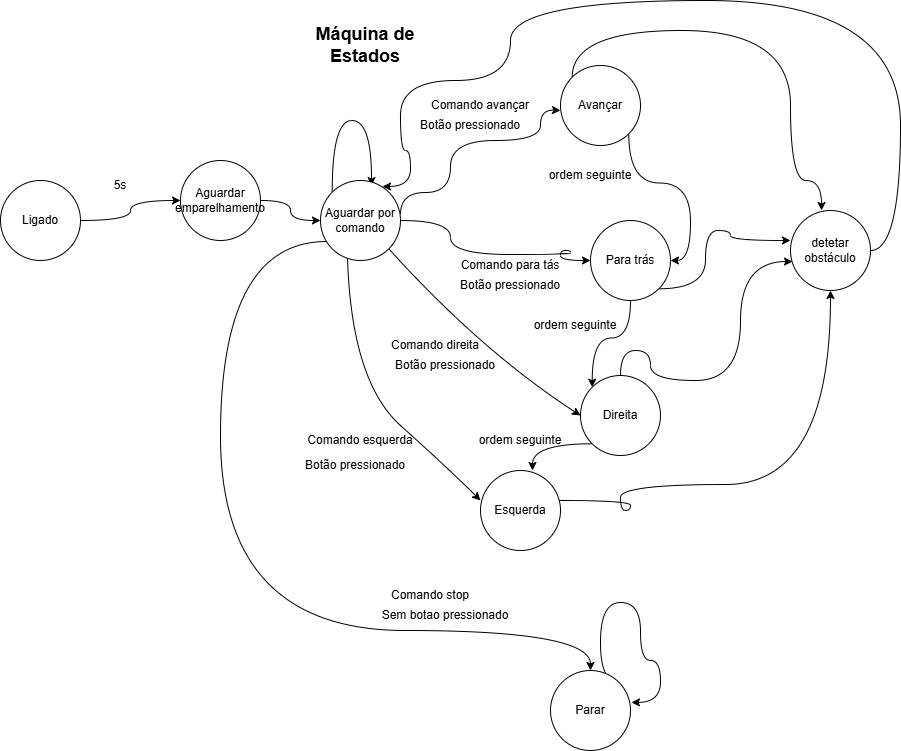
This is Maquina de Estados.png from Hug0Fer/PAP-SNACKTIME, a draw.io export, as it was before one commit. Source tidied: cells renumbered, new cells last; positions are measured from the earlier drawing's top-left corner, leaving out a move shared by most shapes. The source it was exported from:
```xml
<mxGraphModel>
  <root>
    <mxCell id="0" />
    <mxCell id="1" parent="0" />
    <mxCell id="2" style="edgeStyle=orthogonalEdgeStyle;rounded=0;jettySize=auto;html=1;curved=1;" parent="1" edge="1" source="3" target="30">
      <mxGeometry relative="1" as="geometry" />
    </mxCell>
    <mxCell id="3" value="Ligado" style="ellipse;whiteSpace=wrap;html=1;" parent="1" vertex="1">
      <mxGeometry y="180" width="80" height="80" as="geometry" />
    </mxCell>
    <mxCell id="4" style="edgeStyle=orthogonalEdgeStyle;rounded=0;orthogonalLoop=1;jettySize=auto;html=1;exitX=1;exitY=1;exitDx=0;exitDy=0;entryX=1;entryY=1;entryDx=0;entryDy=0;" parent="1" edge="1">
      <mxGeometry relative="1" as="geometry">
        <mxPoint x="452.3" y="248.3" as="sourcePoint" />
        <mxPoint x="452.3" y="248.3" as="targetPoint" />
      </mxGeometry>
    </mxCell>
    <mxCell id="5" style="edgeStyle=orthogonalEdgeStyle;rounded=0;orthogonalLoop=1;jettySize=auto;html=1;exitX=0;exitY=0;exitDx=0;exitDy=0;entryX=0.5;entryY=0;entryDx=0;entryDy=0;" parent="1" edge="1" source="8" target="8">
      <mxGeometry relative="1" as="geometry" />
    </mxCell>
    <mxCell id="6" style="edgeStyle=orthogonalEdgeStyle;rounded=0;jettySize=auto;html=1;exitX=0;exitY=0;exitDx=0;exitDy=0;curved=1;entryX=0.388;entryY=0;entryDx=0;entryDy=0;entryPerimeter=0;" parent="1" edge="1" source="8" target="43">
      <mxGeometry relative="1" as="geometry">
        <Array as="points">
          <mxPoint x="572" y="30" />
          <mxPoint x="790" y="30" />
          <mxPoint x="790" y="180" />
          <mxPoint x="821" y="180" />
        </Array>
      </mxGeometry>
    </mxCell>
    <mxCell id="7" style="edgeStyle=orthogonalEdgeStyle;rounded=0;jettySize=auto;html=1;exitX=1;exitY=1;exitDx=0;exitDy=0;entryX=1;entryY=0.5;entryDx=0;entryDy=0;curved=1;" parent="1" edge="1" source="8" target="11">
      <mxGeometry relative="1" as="geometry" />
    </mxCell>
    <mxCell id="8" value="Avançar" style="ellipse;whiteSpace=wrap;html=1;" parent="1" vertex="1">
      <mxGeometry x="560" y="65" width="80" height="80" as="geometry" />
    </mxCell>
    <mxCell id="9" style="edgeStyle=orthogonalEdgeStyle;rounded=0;jettySize=auto;html=1;entryX=0;entryY=0;entryDx=0;entryDy=0;curved=1;" parent="1" edge="1" source="11" target="13">
      <mxGeometry relative="1" as="geometry" />
    </mxCell>
    <mxCell id="10" style="edgeStyle=orthogonalEdgeStyle;rounded=0;jettySize=auto;html=1;exitX=1;exitY=1;exitDx=0;exitDy=0;entryX=0;entryY=0.375;entryDx=0;entryDy=0;entryPerimeter=0;curved=1;" parent="1" edge="1" source="11" target="43">
      <mxGeometry relative="1" as="geometry">
        <Array as="points">
          <mxPoint x="705" y="288" />
          <mxPoint x="705" y="230" />
          <mxPoint x="730" y="230" />
          <mxPoint x="730" y="240" />
        </Array>
      </mxGeometry>
    </mxCell>
    <mxCell id="11" value="Para trás" style="ellipse;whiteSpace=wrap;html=1;" parent="1" vertex="1">
      <mxGeometry x="590" y="220" width="80" height="80" as="geometry" />
    </mxCell>
    <mxCell id="12" style="edgeStyle=orthogonalEdgeStyle;rounded=0;jettySize=auto;html=1;exitX=0.5;exitY=0;exitDx=0;exitDy=0;curved=1;entryX=0.025;entryY=0.638;entryDx=0;entryDy=0;entryPerimeter=0;" parent="1" edge="1" source="13" target="43">
      <mxGeometry relative="1" as="geometry">
        <Array as="points">
          <mxPoint x="620" y="350" />
          <mxPoint x="650" y="350" />
          <mxPoint x="650" y="380" />
          <mxPoint x="740" y="380" />
          <mxPoint x="740" y="261" />
        </Array>
      </mxGeometry>
    </mxCell>
    <mxCell id="13" value="Direita" style="ellipse;whiteSpace=wrap;html=1;" parent="1" vertex="1">
      <mxGeometry x="580" y="375" width="80" height="80" as="geometry" />
    </mxCell>
    <mxCell id="14" value="Esquerda" style="ellipse;whiteSpace=wrap;html=1;" parent="1" vertex="1">
      <mxGeometry x="480" y="470" width="80" height="80" as="geometry" />
    </mxCell>
    <mxCell id="15" style="edgeStyle=orthogonalEdgeStyle;rounded=0;orthogonalLoop=1;jettySize=auto;html=1;exitX=1;exitY=0;exitDx=0;exitDy=0;curved=1;entryX=1.012;entryY=0.399;entryDx=0;entryDy=0;entryPerimeter=0;" parent="1" edge="1" source="16" target="16">
      <mxGeometry relative="1" as="geometry">
        <Array as="points">
          <mxPoint x="600" y="682" />
          <mxPoint x="600" y="602" />
          <mxPoint x="640" y="602" />
          <mxPoint x="640" y="660" />
          <mxPoint x="660" y="660" />
          <mxPoint x="660" y="702" />
        </Array>
      </mxGeometry>
    </mxCell>
    <mxCell id="16" value="Parar" style="ellipse;whiteSpace=wrap;html=1;" parent="1" vertex="1">
      <mxGeometry x="550" y="670" width="80" height="80" as="geometry" />
    </mxCell>
    <mxCell id="17" style="edgeStyle=orthogonalEdgeStyle;rounded=0;jettySize=auto;html=1;curved=1;exitX=1;exitY=0.5;exitDx=0;exitDy=0;entryX=0;entryY=0.5;entryDx=0;entryDy=0;" parent="1" edge="1" source="25" target="11">
      <mxGeometry relative="1" as="geometry">
        <Array as="points">
          <mxPoint x="450" y="220" />
          <mxPoint x="450" y="254" />
          <mxPoint x="570" y="254" />
          <mxPoint x="570" y="250" />
          <mxPoint x="560" y="250" />
          <mxPoint x="560" y="260" />
        </Array>
      </mxGeometry>
    </mxCell>
    <mxCell id="18" style="endArrow=classic;html=1;rounded=0;entryX=0;entryY=0.5;entryDx=0;entryDy=0;exitX=1;exitY=1;exitDx=0;exitDy=0;curved=1;" parent="1" edge="1" source="25" target="13">
      <mxGeometry relative="1" as="geometry">
        <Array as="points">
          <mxPoint x="480" y="350" />
        </Array>
      </mxGeometry>
    </mxCell>
    <mxCell id="19" style="endArrow=classic;html=1;rounded=0;entryX=0;entryY=0.375;entryDx=0;entryDy=0;exitX=0.336;exitY=0.913;exitDx=0;exitDy=0;entryPerimeter=0;exitPerimeter=0;curved=1;" parent="1" edge="1" source="25" target="14">
      <mxGeometry relative="1" as="geometry">
        <Array as="points">
          <mxPoint x="350" y="380" />
          <mxPoint x="450" y="470" />
        </Array>
      </mxGeometry>
    </mxCell>
    <mxCell id="20" value="&lt;b&gt;&lt;font style=&quot;font-size: 18px;&quot;&gt;Máquina de Estados&lt;/font&gt;&lt;/b&gt;" style="text;html=1;whiteSpace=wrap;strokeColor=none;fillColor=none;align=center;verticalAlign=middle;rounded=0;" parent="1" vertex="1">
      <mxGeometry x="300" y="30" width="130" height="30" as="geometry" />
    </mxCell>
    <mxCell id="21" style="edgeStyle=orthogonalEdgeStyle;rounded=0;orthogonalLoop=1;jettySize=auto;html=1;exitX=0.5;exitY=1;exitDx=0;exitDy=0;" parent="1" edge="1">
      <mxGeometry relative="1" as="geometry">
        <mxPoint x="414" y="340" as="sourcePoint" />
        <mxPoint x="414" y="340" as="targetPoint" />
      </mxGeometry>
    </mxCell>
    <mxCell id="22" style="edgeStyle=orthogonalEdgeStyle;rounded=0;jettySize=auto;html=1;exitX=1;exitY=0.425;exitDx=0;exitDy=0;curved=1;exitPerimeter=0;" parent="1" edge="1" source="25">
      <mxGeometry relative="1" as="geometry">
        <mxPoint x="560" y="110" as="targetPoint" />
        <Array as="points">
          <mxPoint x="400" y="192" />
          <mxPoint x="450" y="192" />
          <mxPoint x="450" y="140" />
          <mxPoint x="540" y="140" />
          <mxPoint x="540" y="109" />
        </Array>
      </mxGeometry>
    </mxCell>
    <mxCell id="23" style="edgeStyle=orthogonalEdgeStyle;rounded=0;jettySize=auto;html=1;curved=1;exitX=0.075;exitY=0.763;exitDx=0;exitDy=0;exitPerimeter=0;" parent="1" edge="1" source="25" target="16">
      <mxGeometry relative="1" as="geometry">
        <Array as="points">
          <mxPoint x="220" y="241" />
          <mxPoint x="220" y="630" />
        </Array>
      </mxGeometry>
    </mxCell>
    <mxCell id="24" style="edgeStyle=orthogonalEdgeStyle;rounded=0;orthogonalLoop=1;jettySize=auto;html=1;exitX=0;exitY=0;exitDx=0;exitDy=0;curved=1;entryX=0.638;entryY=0.063;entryDx=0;entryDy=0;entryPerimeter=0;" parent="1" edge="1" source="25" target="25">
      <mxGeometry relative="1" as="geometry">
        <Array as="points">
          <mxPoint x="332" y="120" />
          <mxPoint x="371" y="120" />
        </Array>
      </mxGeometry>
    </mxCell>
    <mxCell id="25" value="Aguardar por comando" style="ellipse;whiteSpace=wrap;html=1;" parent="1" vertex="1">
      <mxGeometry x="320" y="180" width="80" height="80" as="geometry" />
    </mxCell>
    <mxCell id="26" value="5s" style="text;html=1;whiteSpace=wrap;strokeColor=none;fillColor=none;align=center;verticalAlign=middle;rounded=0;" parent="1" vertex="1">
      <mxGeometry x="100" y="170" width="40" height="30" as="geometry" />
    </mxCell>
    <mxCell id="27" value="Comando avançar" style="text;html=1;whiteSpace=wrap;strokeColor=none;fillColor=none;align=center;verticalAlign=middle;rounded=0;" parent="1" vertex="1">
      <mxGeometry x="420" y="90" width="120" height="30" as="geometry" />
    </mxCell>
    <mxCell id="28" value="Botão pressionado" style="text;html=1;whiteSpace=wrap;strokeColor=none;fillColor=none;align=center;verticalAlign=middle;rounded=0;" parent="1" vertex="1">
      <mxGeometry x="410" y="110" width="120" height="30" as="geometry" />
    </mxCell>
    <mxCell id="29" style="edgeStyle=orthogonalEdgeStyle;rounded=0;jettySize=auto;html=1;entryX=0;entryY=0.5;entryDx=0;entryDy=0;curved=1;" parent="1" edge="1" source="30" target="25">
      <mxGeometry relative="1" as="geometry" />
    </mxCell>
    <mxCell id="30" value="Aguardar emparelhamento" style="ellipse;whiteSpace=wrap;html=1;" parent="1" vertex="1">
      <mxGeometry x="180" y="160" width="80" height="80" as="geometry" />
    </mxCell>
    <mxCell id="31" value="Sem botao pressionado" style="text;html=1;whiteSpace=wrap;strokeColor=none;fillColor=none;align=center;verticalAlign=middle;rounded=0;" parent="1" vertex="1">
      <mxGeometry x="370" y="600" width="150" height="30" as="geometry" />
    </mxCell>
    <mxCell id="32" value="Botão pressionado" style="text;html=1;whiteSpace=wrap;strokeColor=none;fillColor=none;align=center;verticalAlign=middle;rounded=0;" parent="1" vertex="1">
      <mxGeometry x="385" y="350" width="120" height="30" as="geometry" />
    </mxCell>
    <mxCell id="33" value="Botão pressionado" style="text;html=1;whiteSpace=wrap;strokeColor=none;fillColor=none;align=center;verticalAlign=middle;rounded=0;" parent="1" vertex="1">
      <mxGeometry x="450" y="270" width="120" height="30" as="geometry" />
    </mxCell>
    <mxCell id="34" value="Botão pressionado" style="text;html=1;whiteSpace=wrap;strokeColor=none;fillColor=none;align=center;verticalAlign=middle;rounded=0;" parent="1" vertex="1">
      <mxGeometry x="295" y="450" width="120" height="30" as="geometry" />
    </mxCell>
    <mxCell id="35" value="Comando para tás" style="text;html=1;whiteSpace=wrap;strokeColor=none;fillColor=none;align=center;verticalAlign=middle;rounded=0;" parent="1" vertex="1">
      <mxGeometry x="450" y="250" width="120" height="30" as="geometry" />
    </mxCell>
    <mxCell id="36" value="Comando direita" style="text;html=1;whiteSpace=wrap;strokeColor=none;fillColor=none;align=center;verticalAlign=middle;rounded=0;" parent="1" vertex="1">
      <mxGeometry x="380" y="330" width="110" height="30" as="geometry" />
    </mxCell>
    <mxCell id="37" value="Comando esquerda" style="text;html=1;whiteSpace=wrap;strokeColor=none;fillColor=none;align=center;verticalAlign=middle;rounded=0;" parent="1" vertex="1">
      <mxGeometry x="295" y="425" width="130" height="30" as="geometry" />
    </mxCell>
    <mxCell id="38" value="ordem seguinte" style="text;html=1;whiteSpace=wrap;strokeColor=none;fillColor=none;align=center;verticalAlign=middle;rounded=0;" parent="1" vertex="1">
      <mxGeometry x="535" y="160" width="110" height="30" as="geometry" />
    </mxCell>
    <mxCell id="39" value="ordem seguinte" style="text;html=1;whiteSpace=wrap;strokeColor=none;fillColor=none;align=center;verticalAlign=middle;rounded=0;" parent="1" vertex="1">
      <mxGeometry x="520" y="310" width="110" height="30" as="geometry" />
    </mxCell>
    <mxCell id="40" value="ordem seguinte" style="text;html=1;whiteSpace=wrap;strokeColor=none;fillColor=none;align=center;verticalAlign=middle;rounded=0;" parent="1" vertex="1">
      <mxGeometry x="465" y="425" width="110" height="30" as="geometry" />
    </mxCell>
    <mxCell id="41" value="Comando stop" style="text;html=1;whiteSpace=wrap;strokeColor=none;fillColor=none;align=center;verticalAlign=middle;rounded=0;" parent="1" vertex="1">
      <mxGeometry x="380" y="580" width="100" height="30" as="geometry" />
    </mxCell>
    <mxCell id="42" style="edgeStyle=orthogonalEdgeStyle;rounded=0;jettySize=auto;html=1;entryX=0.775;entryY=0.075;entryDx=0;entryDy=0;curved=1;entryPerimeter=0;" parent="1" edge="1" source="43" target="25">
      <mxGeometry relative="1" as="geometry">
        <Array as="points">
          <mxPoint x="900" y="250" />
          <mxPoint x="900" />
          <mxPoint x="510" />
          <mxPoint x="510" y="80" />
          <mxPoint x="400" y="80" />
          <mxPoint x="400" y="150" />
          <mxPoint x="410" y="150" />
          <mxPoint x="410" y="186" />
        </Array>
      </mxGeometry>
    </mxCell>
    <mxCell id="43" value="detetar obstáculo" style="ellipse;whiteSpace=wrap;html=1;" parent="1" vertex="1">
      <mxGeometry x="790" y="210" width="80" height="80" as="geometry" />
    </mxCell>
    <mxCell id="44" style="edgeStyle=orthogonalEdgeStyle;rounded=0;jettySize=auto;html=1;curved=1;entryX=0.5;entryY=1;entryDx=0;entryDy=0;" parent="1" edge="1" source="14" target="43">
      <mxGeometry relative="1" as="geometry">
        <Array as="points">
          <mxPoint x="630" y="500" />
          <mxPoint x="630" y="510" />
          <mxPoint x="620" y="510" />
          <mxPoint x="620" y="484" />
          <mxPoint x="830" y="484" />
        </Array>
      </mxGeometry>
    </mxCell>
    <mxCell id="45" style="edgeStyle=orthogonalEdgeStyle;rounded=0;jettySize=auto;html=1;exitX=0;exitY=1;exitDx=0;exitDy=0;entryX=0.65;entryY=0;entryDx=0;entryDy=0;entryPerimeter=0;curved=1;" parent="1" edge="1" source="13" target="14">
      <mxGeometry relative="1" as="geometry" />
    </mxCell>
  </root>
</mxGraphModel>
```
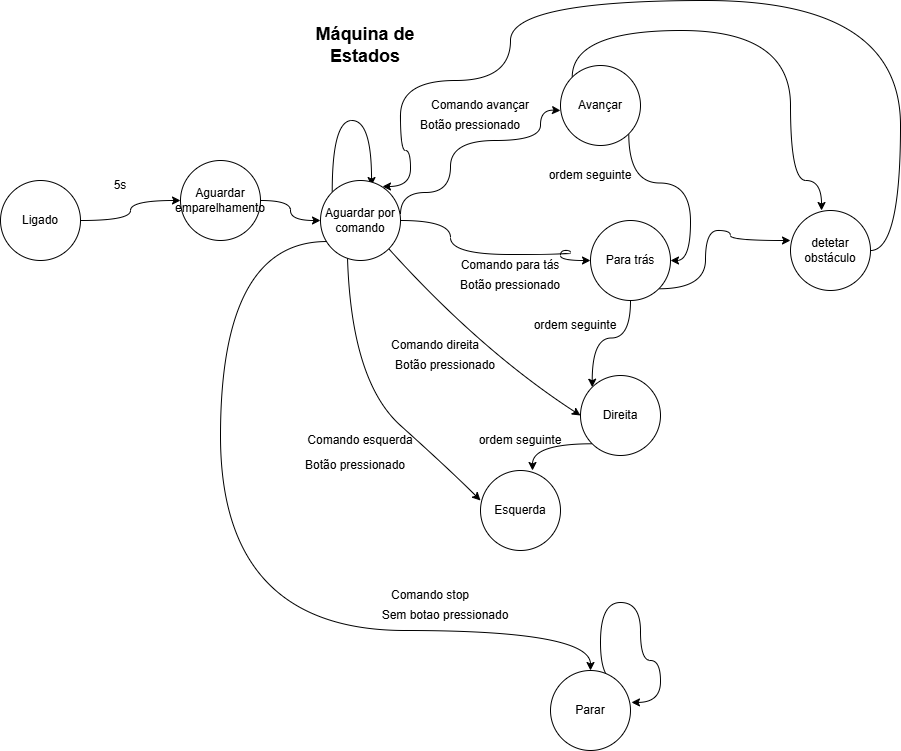
The same diagram one commit later.

The edit, as a diff of the source:
```diff
@@ -49,17 +49,6 @@
     <mxCell id="11" value="Para trás" style="ellipse;whiteSpace=wrap;html=1;" parent="1" vertex="1">
       <mxGeometry x="590" y="220" width="80" height="80" as="geometry" />
     </mxCell>
-    <mxCell id="12" style="edgeStyle=orthogonalEdgeStyle;rounded=0;jettySize=auto;html=1;exitX=0.5;exitY=0;exitDx=0;exitDy=0;curved=1;entryX=0.025;entryY=0.638;entryDx=0;entryDy=0;entryPerimeter=0;" parent="1" edge="1" source="13" target="43">
-      <mxGeometry relative="1" as="geometry">
-        <Array as="points">
-          <mxPoint x="620" y="350" />
-          <mxPoint x="650" y="350" />
-          <mxPoint x="650" y="380" />
-          <mxPoint x="740" y="380" />
-          <mxPoint x="740" y="261" />
-        </Array>
-      </mxGeometry>
-    </mxCell>
     <mxCell id="13" value="Direita" style="ellipse;whiteSpace=wrap;html=1;" parent="1" vertex="1">
       <mxGeometry x="580" y="375" width="80" height="80" as="geometry" />
     </mxCell>
@@ -213,17 +202,6 @@
     <mxCell id="43" value="detetar obstáculo" style="ellipse;whiteSpace=wrap;html=1;" parent="1" vertex="1">
       <mxGeometry x="790" y="210" width="80" height="80" as="geometry" />
     </mxCell>
-    <mxCell id="44" style="edgeStyle=orthogonalEdgeStyle;rounded=0;jettySize=auto;html=1;curved=1;entryX=0.5;entryY=1;entryDx=0;entryDy=0;" parent="1" edge="1" source="14" target="43">
-      <mxGeometry relative="1" as="geometry">
-        <Array as="points">
-          <mxPoint x="630" y="500" />
-          <mxPoint x="630" y="510" />
-          <mxPoint x="620" y="510" />
-          <mxPoint x="620" y="484" />
-          <mxPoint x="830" y="484" />
-        </Array>
-      </mxGeometry>
-    </mxCell>
     <mxCell id="45" style="edgeStyle=orthogonalEdgeStyle;rounded=0;jettySize=auto;html=1;exitX=0;exitY=1;exitDx=0;exitDy=0;entryX=0.65;entryY=0;entryDx=0;entryDy=0;entryPerimeter=0;curved=1;" parent="1" edge="1" source="13" target="14">
       <mxGeometry relative="1" as="geometry" />
     </mxCell>
```
